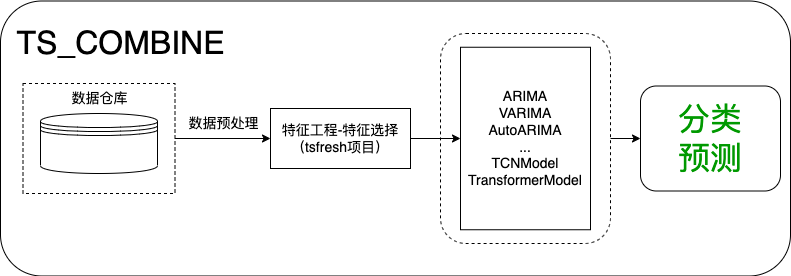
Earlier version of the draw.io export static/images/ts-combine.png (Chaoqun-Guo/ts_combine). Source tidied: cells renumbered, new cells last; positions are measured from the earlier drawing's top-left corner, leaving out a move shared by most shapes.
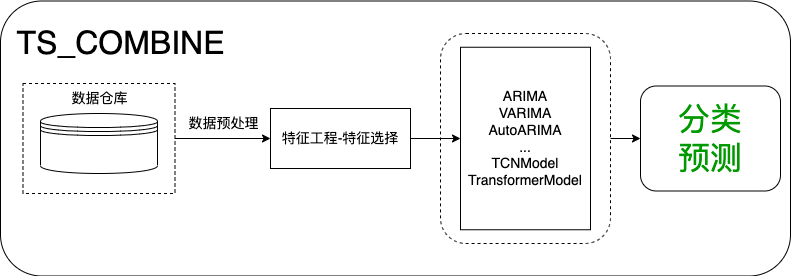
After the change.

What changed in the source:
```diff
@@ -26,7 +26,7 @@
     <mxCell id="9" style="edgeStyle=none;html=1;" parent="1" edge="1" source="10" target="11">
       <mxGeometry relative="1" as="geometry" />
     </mxCell>
-    <mxCell id="10" value="特征工程-特征选择&lt;br style=&quot;font-size: 14px;&quot;&gt;（tsfresh项目）" style="rounded=0;whiteSpace=wrap;html=1;fontSize=14;" parent="1" vertex="1">
+    <mxCell id="10" value="特征工程-特征选择" style="rounded=0;whiteSpace=wrap;html=1;fontSize=14;" parent="1" vertex="1">
       <mxGeometry x="270" y="107" width="140" height="60" as="geometry" />
     </mxCell>
     <mxCell id="11" value="ARIMA&lt;br style=&quot;font-size: 14px&quot;&gt;VARIMA&lt;br style=&quot;font-size: 14px&quot;&gt;AutoARIMA&lt;br style=&quot;font-size: 14px&quot;&gt;...&lt;br style=&quot;font-size: 14px&quot;&gt;TCNModel&lt;br style=&quot;font-size: 14px&quot;&gt;TransformerModel" style="whiteSpace=wrap;html=1;rounded=0;fontSize=14;" parent="1" vertex="1">
```
